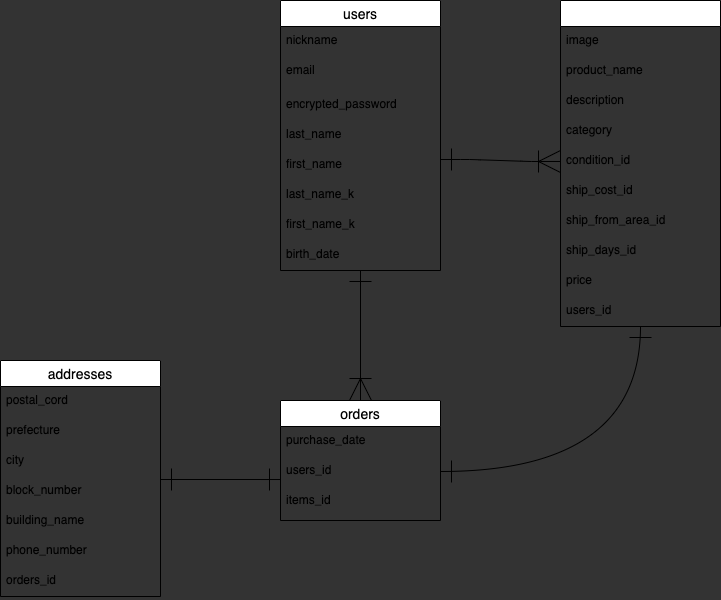
This is ER.drawio.png from simai923/furima-32051, a draw.io export, as it was before one commit. Source tidied: cells renumbered, new cells last; positions are measured from the earlier drawing's top-left corner, leaving out a move shared by most shapes.
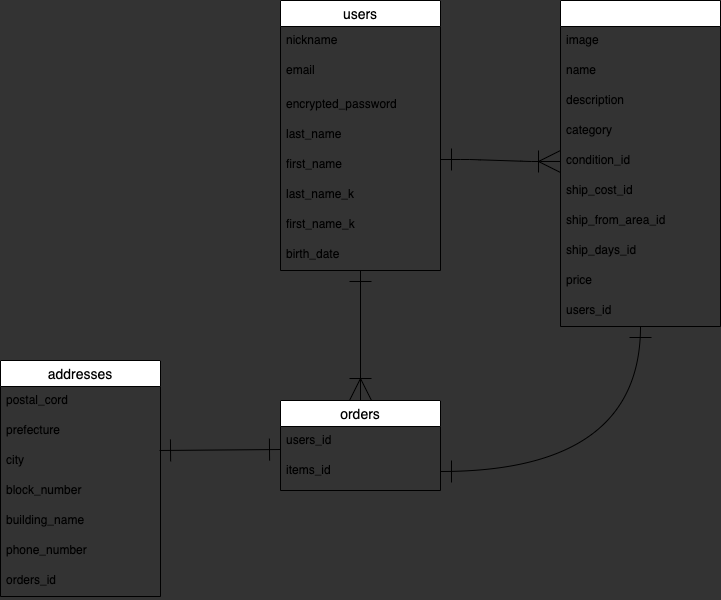
Later version of the same file.

Commit message:
テーブル、ER図 修正4

Change to the diagram source:
```diff
@@ -6,16 +6,13 @@
       <mxGeometry relative="1" as="geometry" />
     </mxCell>
     <mxCell id="3" value="orders" style="swimlane;fontStyle=0;horizontal=1;startSize=26;align=center;fontSize=14;" parent="1" vertex="1">
-      <mxGeometry x="280" y="400" width="160" height="120" as="geometry" />
+      <mxGeometry x="280" y="400" width="160" height="90" as="geometry" />
     </mxCell>
-    <mxCell id="4" value="purchase_date" style="text;strokeColor=none;fillColor=none;spacingLeft=4;spacingRight=4;overflow=hidden;fontSize=12;" parent="3" vertex="1">
-      <mxGeometry y="26" width="160" height="30" as="geometry" />
-    </mxCell>
     <mxCell id="5" value="users_id" style="text;strokeColor=none;fillColor=none;spacingLeft=4;spacingRight=4;overflow=hidden;points=[[0,0.5],[1,0.5]];portConstraint=eastwest;fontSize=12;" parent="3" vertex="1">
-      <mxGeometry y="56" width="160" height="30" as="geometry" />
+      <mxGeometry y="26" width="160" height="30" as="geometry" />
     </mxCell>
     <mxCell id="6" value="items_id" style="text;strokeColor=none;fillColor=none;spacingLeft=4;spacingRight=4;overflow=hidden;fontSize=12;" parent="3" vertex="1">
-      <mxGeometry y="86" width="160" height="34" as="geometry" />
+      <mxGeometry y="56" width="160" height="34" as="geometry" />
     </mxCell>
     <mxCell id="7" style="endArrow=ERoneToMany;html=1;rounded=0;entryX=0.5;entryY=0;entryDx=0;entryDy=0;startArrow=ERone;startFill=0;endFill=0;endSize=20;startSize=20;" parent="1" edge="1" source="20" target="3">
       <mxGeometry relative="1" as="geometry" />
@@ -34,7 +31,7 @@
     <mxCell id="10" value="image" style="text;strokeColor=none;fillColor=none;spacingLeft=4;spacingRight=4;overflow=hidden;fontSize=12;" parent="9" vertex="1">
       <mxGeometry y="26" width="160" height="30" as="geometry" />
     </mxCell>
-    <mxCell id="11" value="product_name" style="text;strokeColor=none;fillColor=none;spacingLeft=4;spacingRight=4;overflow=hidden;fontSize=12;" parent="9" vertex="1">
+    <mxCell id="11" value="name" style="text;strokeColor=none;fillColor=none;spacingLeft=4;spacingRight=4;overflow=hidden;fontSize=12;" parent="9" vertex="1">
       <mxGeometry y="56" width="160" height="30" as="geometry" />
     </mxCell>
     <mxCell id="12" value="description" style="text;strokeColor=none;fillColor=none;spacingLeft=4;spacingRight=4;overflow=hidden;fontSize=12;" parent="9" vertex="1">
@@ -88,7 +85,7 @@
     <mxCell id="28" value="birth_date" style="text;strokeColor=none;fillColor=none;spacingLeft=4;spacingRight=4;overflow=hidden;fontSize=12;" parent="20" vertex="1">
       <mxGeometry y="240" width="160" height="30" as="geometry" />
     </mxCell>
-    <mxCell id="29" style="endArrow=ERone;html=1;rounded=0;entryX=0;entryY=0.767;entryDx=0;entryDy=0;entryPerimeter=0;exitX=1;exitY=0.1;exitDx=0;exitDy=0;exitPerimeter=0;startArrow=ERone;startFill=0;endFill=0;endSize=20;startSize=20;" parent="1" edge="1" source="34" target="5">
+    <mxCell id="29" style="endArrow=ERone;html=1;rounded=0;entryX=0;entryY=0.767;entryDx=0;entryDy=0;entryPerimeter=0;exitX=0.994;exitY=0.133;exitDx=0;exitDy=0;exitPerimeter=0;startArrow=ERone;startFill=0;endFill=0;endSize=20;startSize=20;" parent="1" edge="1" source="33" target="5">
       <mxGeometry relative="1" as="geometry" />
     </mxCell>
     <mxCell id="30" value="addresses" style="swimlane;fontStyle=0;horizontal=1;startSize=26;align=center;fontSize=14;" parent="1" vertex="1">
```
